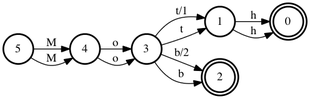
This is test.png from devictr/fst-jit, a Graphviz export, as it was before one commit. Its source is kept beside it as test.dot.
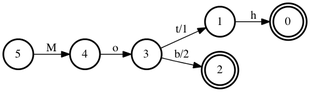
Above is the later version.

Diff of the diagram source:
```diff
@@ -7,17 +7,12 @@
 0 [label = "0", shape = doublecircle, style = bold, fontsize = 14]
 1 [label = "1", shape = circle, style = bold, fontsize = 14]
 	1 -> 0 [label = "h", fontsize = 14];
-	1 -> 0 [label = "h", fontsize = 14];
 2 [label = "2", shape = doublecircle, style = bold, fontsize = 14]
 3 [label = "3", shape = circle, style = bold, fontsize = 14]
 	3 -> 1 [label = "t/1", fontsize = 14];
-	3 -> 1 [label = "t", fontsize = 14];
 	3 -> 2 [label = "b/2", fontsize = 14];
-	3 -> 2 [label = "b", fontsize = 14];
 4 [label = "4", shape = circle, style = bold, fontsize = 14]
-	4 -> 3 [label = "o", fontsize = 14];
 	4 -> 3 [label = "o", fontsize = 14];
 5 [label = "5", shape = circle, style = bold, fontsize = 14]
 	5 -> 4 [label = "M", fontsize = 14];
-	5 -> 4 [label = "M", fontsize = 14];
 }
```
